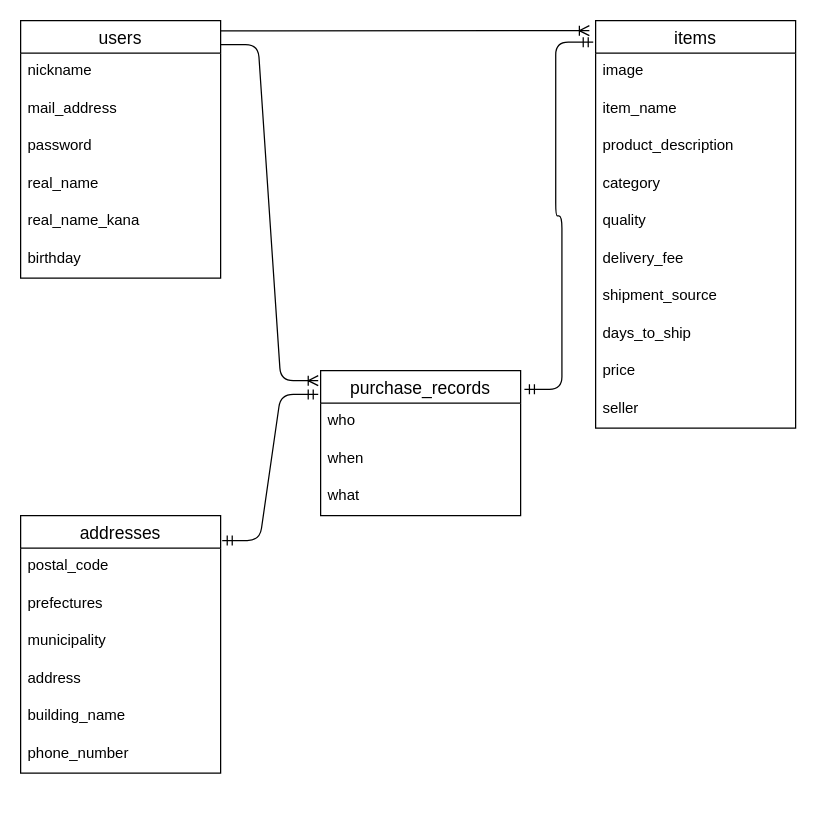
The draw.io diagram er.dio in tdjn6034/furima-29097, before the edit. Source tidied: cells renumbered, new cells numbered last; positions are measured from the earlier drawing's top-left corner, leaving out a move shared by most shapes. Both pictures are drawn from the tidied source at 125%, with x=0, y=0 at pixel (20, 20).
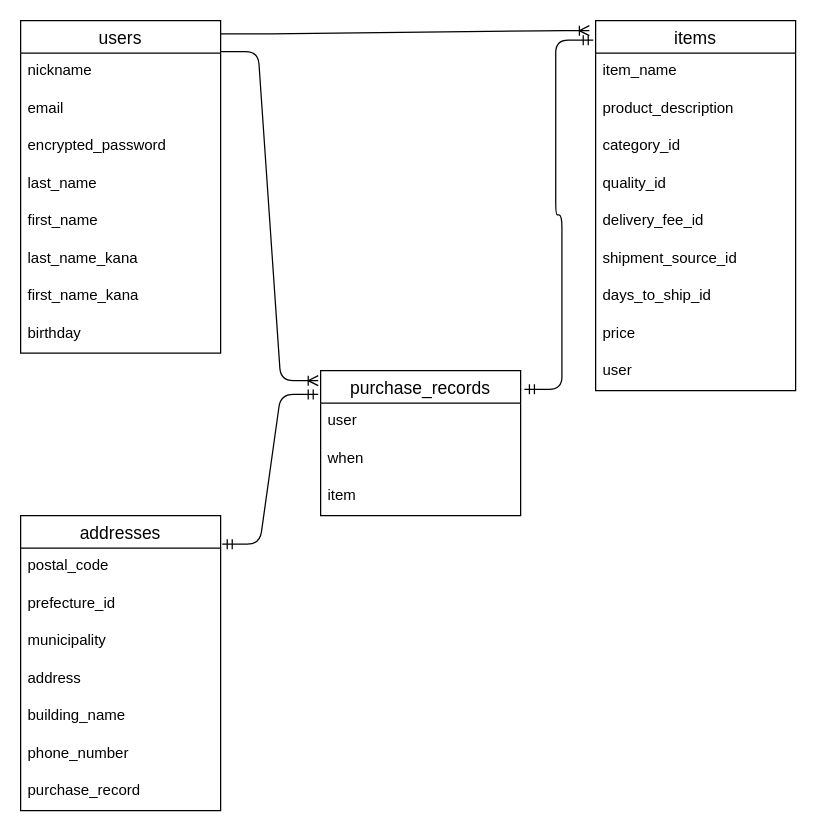
After the change.

Commit message (it also covers changes not shown here):
修正テーブルに基づくER図の保存

Unchanged cells that the change refers to:
```xml
<mxCell id="24" value="purchase_records" style="swimlane;fontStyle=0;horizontal=1;startSize=26;align=center;fontSize=14;" parent="1" vertex="1">
  <mxGeometry x="240" y="280" width="160" height="116" as="geometry" />
</mxCell>
```

What changed in the source:
```diff
@@
     <mxCell id="2" value="items" style="swimlane;fontStyle=0;horizontal=1;startSize=26;align=center;fontSize=14;" parent="1" vertex="1">
-      <mxGeometry x="460" width="160" height="326" as="geometry" />
+      <mxGeometry x="460" width="160" height="296" as="geometry" />
     </mxCell>
-    <mxCell id="3" value="image" style="text;strokeColor=none;fillColor=none;spacingLeft=4;spacingRight=4;overflow=hidden;fontSize=12;" parent="2" vertex="1">
-      <mxGeometry y="26" width="160" height="30" as="geometry" />
-    </mxCell>
     <mxCell id="4" value="item_name" style="text;strokeColor=none;fillColor=none;spacingLeft=4;spacingRight=4;overflow=hidden;fontSize=12;" parent="2" vertex="1">
-      <mxGeometry y="56" width="160" height="30" as="geometry" />
+      <mxGeometry y="26" width="160" height="30" as="geometry" />
     </mxCell>
     <mxCell id="5" value="product_description" style="text;strokeColor=none;fillColor=none;spacingLeft=4;spacingRight=4;overflow=hidden;fontSize=12;" parent="2" vertex="1">
-      <mxGeometry y="86" width="160" height="30" as="geometry" />
+      <mxGeometry y="56" width="160" height="30" as="geometry" />
     </mxCell>
-    <mxCell id="6" value="category" style="text;strokeColor=none;fillColor=none;spacingLeft=4;spacingRight=4;overflow=hidden;fontSize=12;" parent="2" vertex="1">
-      <mxGeometry y="116" width="160" height="30" as="geometry" />
+    <mxCell id="6" value="category_id" style="text;strokeColor=none;fillColor=none;spacingLeft=4;spacingRight=4;overflow=hidden;fontSize=12;" parent="2" vertex="1">
+      <mxGeometry y="86" width="160" height="30" as="geometry" />
     </mxCell>
-    <mxCell id="7" value="quality" style="text;strokeColor=none;fillColor=none;spacingLeft=4;spacingRight=4;overflow=hidden;fontSize=12;" parent="2" vertex="1">
-      <mxGeometry y="146" width="160" height="30" as="geometry" />
+    <mxCell id="7" value="quality_id" style="text;strokeColor=none;fillColor=none;spacingLeft=4;spacingRight=4;overflow=hidden;fontSize=12;" parent="2" vertex="1">
+      <mxGeometry y="116" width="160" height="30" as="geometry" />
     </mxCell>
-    <mxCell id="8" value="delivery_fee" style="text;strokeColor=none;fillColor=none;spacingLeft=4;spacingRight=4;overflow=hidden;fontSize=12;" parent="2" vertex="1">
-      <mxGeometry y="176" width="160" height="30" as="geometry" />
+    <mxCell id="8" value="delivery_fee_id" style="text;strokeColor=none;fillColor=none;spacingLeft=4;spacingRight=4;overflow=hidden;fontSize=12;" parent="2" vertex="1">
+      <mxGeometry y="146" width="160" height="30" as="geometry" />
     </mxCell>
-    <mxCell id="9" value="shipment_source" style="text;strokeColor=none;fillColor=none;spacingLeft=4;spacingRight=4;overflow=hidden;fontSize=12;" parent="2" vertex="1">
-      <mxGeometry y="206" width="160" height="30" as="geometry" />
+    <mxCell id="9" value="shipment_source_id" style="text;strokeColor=none;fillColor=none;spacingLeft=4;spacingRight=4;overflow=hidden;fontSize=12;" parent="2" vertex="1">
+      <mxGeometry y="176" width="160" height="30" as="geometry" />
     </mxCell>
-    <mxCell id="10" value="days_to_ship" style="text;strokeColor=none;fillColor=none;spacingLeft=4;spacingRight=4;overflow=hidden;fontSize=12;" parent="2" vertex="1">
-      <mxGeometry y="236" width="160" height="30" as="geometry" />
+    <mxCell id="10" value="days_to_ship_id" style="text;strokeColor=none;fillColor=none;spacingLeft=4;spacingRight=4;overflow=hidden;fontSize=12;" parent="2" vertex="1">
+      <mxGeometry y="206" width="160" height="30" as="geometry" />
     </mxCell>
     <mxCell id="11" value="price" style="text;strokeColor=none;fillColor=none;spacingLeft=4;spacingRight=4;overflow=hidden;fontSize=12;" parent="2" vertex="1">
-      <mxGeometry y="266" width="160" height="30" as="geometry" />
+      <mxGeometry y="236" width="160" height="30" as="geometry" />
     </mxCell>
-    <mxCell id="12" value="seller" style="text;strokeColor=none;fillColor=none;spacingLeft=4;spacingRight=4;overflow=hidden;fontSize=12;" parent="2" vertex="1">
-      <mxGeometry y="296" width="160" height="30" as="geometry" />
+    <mxCell id="12" value="user" style="text;strokeColor=none;fillColor=none;spacingLeft=4;spacingRight=4;overflow=hidden;fontSize=12;" parent="2" vertex="1">
+      <mxGeometry y="266" width="160" height="30" as="geometry" />
     </mxCell>
@@
     <mxCell id="15" value="users" style="swimlane;fontStyle=0;horizontal=1;startSize=26;align=center;fontSize=14;" parent="1" vertex="1">
-      <mxGeometry width="160" height="206" as="geometry" />
+      <mxGeometry width="160" height="266" as="geometry" />
     </mxCell>
@@
-    <mxCell id="17" value="mail_address" style="text;strokeColor=none;fillColor=none;spacingLeft=4;spacingRight=4;overflow=hidden;fontSize=12;" parent="15" vertex="1">
+    <mxCell id="17" value="email" style="text;strokeColor=none;fillColor=none;spacingLeft=4;spacingRight=4;overflow=hidden;fontSize=12;" parent="15" vertex="1">
       <mxGeometry y="56" width="160" height="30" as="geometry" />
     </mxCell>
-    <mxCell id="18" value="password" style="text;strokeColor=none;fillColor=none;spacingLeft=4;spacingRight=4;overflow=hidden;fontSize=12;" parent="15" vertex="1">
+    <mxCell id="18" value="encrypted_password" style="text;strokeColor=none;fillColor=none;spacingLeft=4;spacingRight=4;overflow=hidden;fontSize=12;" parent="15" vertex="1">
       <mxGeometry y="86" width="160" height="30" as="geometry" />
     </mxCell>
-    <mxCell id="19" value="real_name" style="text;strokeColor=none;fillColor=none;spacingLeft=4;spacingRight=4;overflow=hidden;fontSize=12;" parent="15" vertex="1">
+    <mxCell id="19" value="last_name" style="text;strokeColor=none;fillColor=none;spacingLeft=4;spacingRight=4;overflow=hidden;fontSize=12;" parent="15" vertex="1">
       <mxGeometry y="116" width="160" height="30" as="geometry" />
     </mxCell>
-    <mxCell id="20" value="real_name_kana" style="text;strokeColor=none;fillColor=none;spacingLeft=4;spacingRight=4;overflow=hidden;fontSize=12;" parent="15" vertex="1">
+    <mxCell id="20" value="first_name" style="text;strokeColor=none;fillColor=none;spacingLeft=4;spacingRight=4;overflow=hidden;fontSize=12;" parent="15" vertex="1">
       <mxGeometry y="146" width="160" height="30" as="geometry" />
     </mxCell>
-    <mxCell id="21" value="birthday" style="text;strokeColor=none;fillColor=none;spacingLeft=4;spacingRight=4;overflow=hidden;fontSize=12;" parent="15" vertex="1">
+    <mxCell id="21" value="last_name_kana" style="text;strokeColor=none;fillColor=none;spacingLeft=4;spacingRight=4;overflow=hidden;fontSize=12;" parent="15" vertex="1">
       <mxGeometry y="176" width="160" height="30" as="geometry" />
     </mxCell>
+    <mxCell id="35" value="first_name_kana" style="text;strokeColor=none;fillColor=none;spacingLeft=4;spacingRight=4;overflow=hidden;fontSize=12;" parent="15" vertex="1">
+      <mxGeometry y="206" width="160" height="30" as="geometry" />
+    </mxCell>
+    <mxCell id="36" value="birthday" style="text;strokeColor=none;fillColor=none;spacingLeft=4;spacingRight=4;overflow=hidden;fontSize=12;" parent="15" vertex="1">
+      <mxGeometry y="236" width="160" height="30" as="geometry" />
+    </mxCell>
@@
-    <mxCell id="25" value="who" style="text;strokeColor=none;fillColor=none;spacingLeft=4;spacingRight=4;overflow=hidden;fontSize=12;" parent="24" vertex="1">
+    <mxCell id="25" value="user" style="text;strokeColor=none;fillColor=none;spacingLeft=4;spacingRight=4;overflow=hidden;fontSize=12;" parent="24" vertex="1">
       <mxGeometry y="26" width="160" height="30" as="geometry" />
     </mxCell>
@@
-    <mxCell id="27" value="what" style="text;strokeColor=none;fillColor=none;spacingLeft=4;spacingRight=4;overflow=hidden;fontSize=12;" parent="24" vertex="1">
+    <mxCell id="27" value="item" style="text;strokeColor=none;fillColor=none;spacingLeft=4;spacingRight=4;overflow=hidden;fontSize=12;" parent="24" vertex="1">
       <mxGeometry y="86" width="160" height="30" as="geometry" />
     </mxCell>
     <mxCell id="28" value="addresses" style="swimlane;fontStyle=0;horizontal=1;startSize=26;align=center;fontSize=14;" parent="1" vertex="1">
-      <mxGeometry y="396" width="160" height="206" as="geometry" />
+      <mxGeometry y="396" width="160" height="236" as="geometry" />
     </mxCell>
@@
-    <mxCell id="30" value="prefectures" style="text;strokeColor=none;fillColor=none;spacingLeft=4;spacingRight=4;overflow=hidden;fontSize=12;" parent="28" vertex="1">
+    <mxCell id="30" value="prefecture_id" style="text;strokeColor=none;fillColor=none;spacingLeft=4;spacingRight=4;overflow=hidden;fontSize=12;" parent="28" vertex="1">
       <mxGeometry y="56" width="160" height="30" as="geometry" />
     </mxCell>
@@
+    <mxCell id="37" value="purchase_record" style="text;strokeColor=none;fillColor=none;spacingLeft=4;spacingRight=4;overflow=hidden;fontSize=12;" parent="28" vertex="1">
+      <mxGeometry y="206" width="160" height="30" as="geometry" />
+    </mxCell>
```
